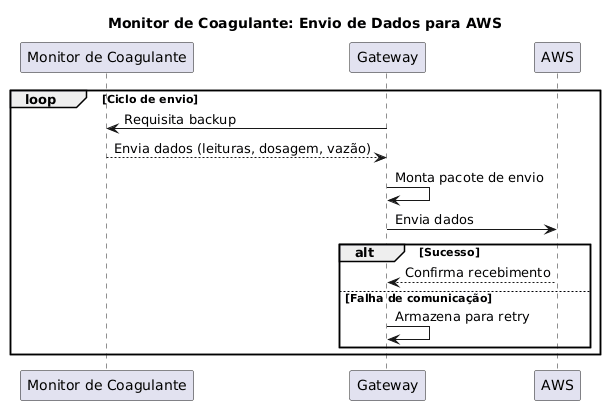
The PlantUML diagram Documentação Monitor/AWS.png in Monique-HidroSolo/plantuml, before a commit. Its diagram source:
```plantuml
@startuml
title Monitor de Coagulante: Envio de Dados para AWS

participant "Monitor de Coagulante" as MC
participant Gateway as GW
participant AWS as AWS

loop Ciclo de envio
    GW -> MC: Requisita backup
    MC --> GW: Envia dados (leituras, dosagem, vazão)

    GW -> GW: Monta pacote de envio

    GW -> AWS: Envia dados
    alt Sucesso
        AWS --> GW: Confirma recebimento
    else Falha de comunicação
        GW -> GW: Armazena para retry
    end
end
@enduml
```
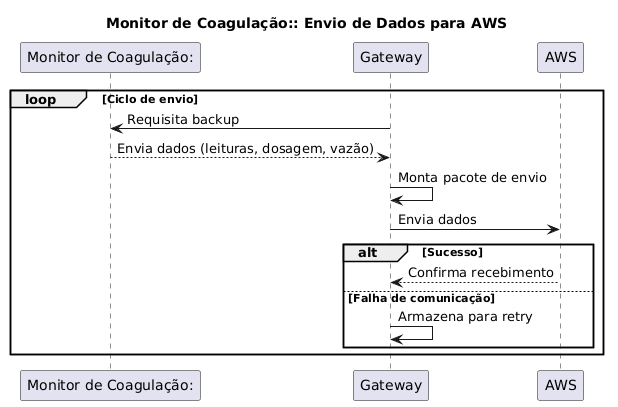
The same diagram one commit later.

Diff of the diagram source:
```diff
@@ -1,7 +1,7 @@
 @startuml
-title Monitor de Coagulante: Envio de Dados para AWS
+title Monitor de Coagulação:: Envio de Dados para AWS
 
-participant "Monitor de Coagulante" as MC
+participant "Monitor de Coagulação:" as MC
 participant Gateway as GW
 participant AWS as AWS
 
```
